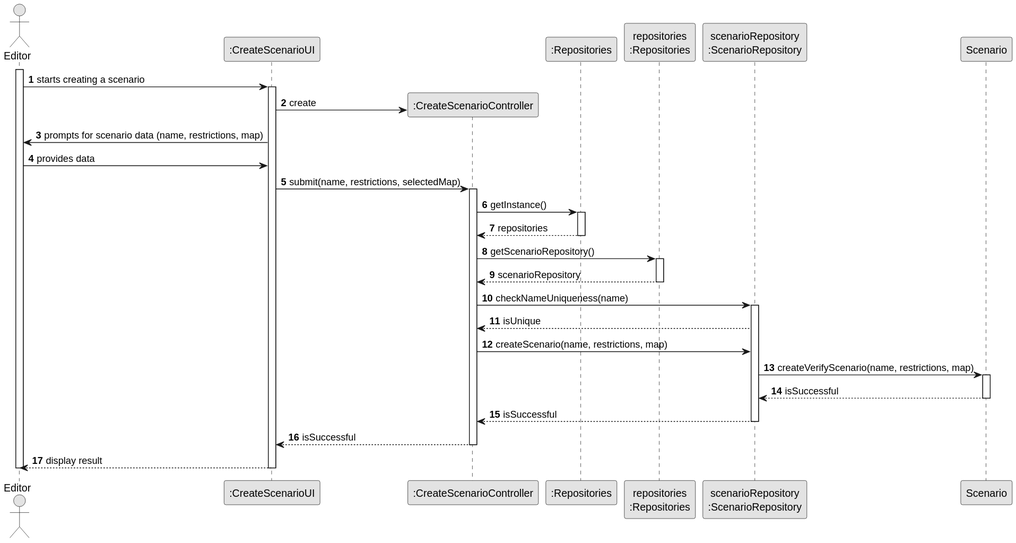
Before: docs/sprint2/us004/03.design/svg/us004-full-diagram.svg, a diagram exported from PlantUML (ivasduarte/all-aboard).
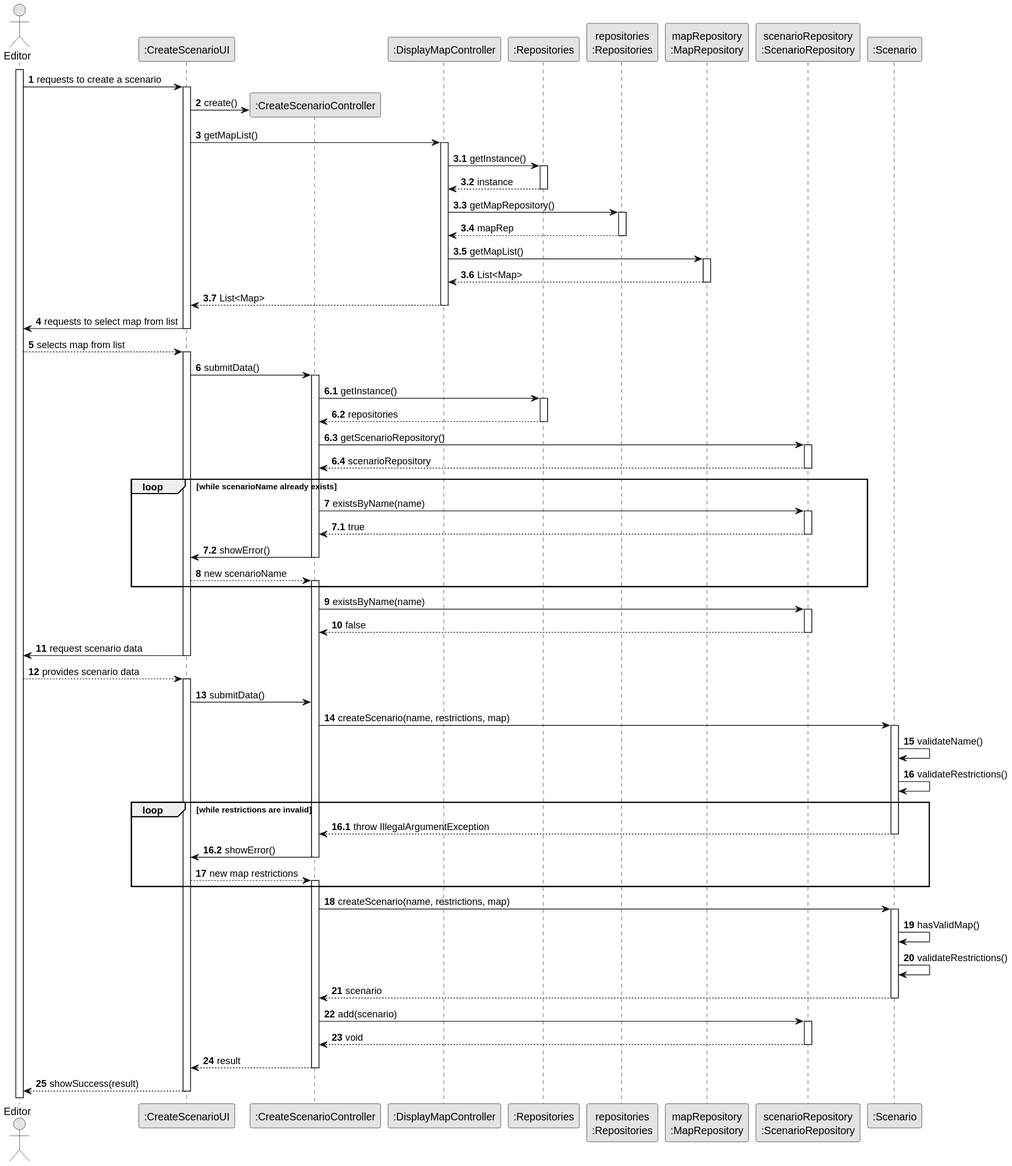
The same file after the commit.

What changed in the source:
```diff
@@ -7,55 +7,116 @@
 actor "Editor" as Editor
 participant ":CreateScenarioUI" as UI
 participant ":CreateScenarioController" as CTRL
+participant ":DisplayMapController" as mapCTRL
 participant ":Repositories" as reps
 participant "repositories\n:Repositories" as PLAT
+participant "mapRepository\n:MapRepository" as mapRep
 participant "scenarioRepository\n:ScenarioRepository" as Repo
-participant "Scenario" as Scenario
+participant ":Scenario" as Scenario
 
 activate Editor
 
-Editor -> UI : starts creating a scenario
+Editor -> UI : requests to create a scenario
+activate UI
 
+UI -> CTRL** : create()
+
+UI -> mapCTRL : getMapList()
+autonumber 3.1
+activate mapCTRL
+mapCTRL -> reps : getInstance()
+activate reps
+reps --> mapCTRL : instance
+deactivate reps
+mapCTRL -> PLAT : getMapRepository()
+activate PLAT
+PLAT --> mapCTRL : mapRep
+deactivate PLAT
+mapCTRL -> mapRep : getMapList()
+activate mapRep
+mapRep --> mapCTRL : List<Map>
+deactivate mapRep
+mapCTRL --> UI : List<Map>
+deactivate mapCTRL
+
+autonumber 4
+UI -> Editor : requests to select map from list
+deactivate UI
+Editor --> UI : selects map from list
 activate UI
-UI -> CTRL** : create
 
-UI -> Editor : prompts for scenario data (name, restrictions, map)
-Editor -> UI : provides data
-UI -> CTRL : submit(name, restrictions, selectedMap)
+UI -> CTRL : submitData()
+
+autonumber 6.1
 
 activate CTRL
-
 CTRL -> reps : getInstance()
 activate reps
-
 reps --> CTRL : repositories
 deactivate reps
 
-CTRL -> PLAT : getScenarioRepository()
-activate PLAT
+CTRL -> Repo : getScenarioRepository()
+activate Repo
+Repo --> CTRL : scenarioRepository
+deactivate Repo
 
-PLAT --> CTRL : scenarioRepository
-deactivate PLAT
+loop while scenarioName already exists
+autonumber 7
+        CTRL -> Repo : existsByName(name)
+        autonumber 7.1
+        activate Repo
+        Repo --> CTRL : true
+        deactivate Repo
+        CTRL -> UI : showError()
+        deactivate CTRL
+        autonumber 8
+        UI --> CTRL : new scenarioName
+    activate CTRL
+end
 
-CTRL -> Repo : checkNameUniqueness(name)
+CTRL -> Repo : existsByName(name)
 activate Repo
+Repo --> CTRL : false
+deactivate Repo
 
-Repo --> CTRL : isUnique
-CTRL -> Repo : createScenario(name, restrictions, map)
+UI -> Editor : request scenario data
+deactivate UI
+Editor --> UI : provides scenario data
+activate UI
 
-Repo -> Scenario : createVerifyScenario(name, restrictions, map)
+UI -> CTRL : submitData()
+CTRL -> Scenario : createScenario(name, restrictions, map)
 activate Scenario
 
-Scenario --> Repo :isSuccessful
+Scenario -> Scenario : validateName()
+Scenario -> Scenario : validateRestrictions()
+
+
+loop while restrictions are invalid
+autonumber 16.1
+    Scenario --> CTRL : throw IllegalArgumentException
+    deactivate Scenario
+    CTRL -> UI : showError()
+    deactivate CTRL
+    autonumber 17
+    UI --> CTRL : new map restrictions
+    activate CTRL
+end
+
+CTRL -> Scenario : createScenario(name, restrictions, map)
+activate Scenario
+Scenario -> Scenario : hasValidMap()
+Scenario -> Scenario : validateRestrictions()
+Scenario --> CTRL : scenario
 deactivate Scenario
 
-Repo --> CTRL : isSuccessful
+CTRL -> Repo : add(scenario)
+activate Repo
+Repo --> CTRL : void
 deactivate Repo
 
-CTRL --> UI : isSuccessful
+CTRL --> UI : result
 deactivate CTRL
-
-UI --> Editor : display result
+UI --> Editor : showSuccess(result)
 deactivate UI
-deactivate Editor
 @enduml
```
